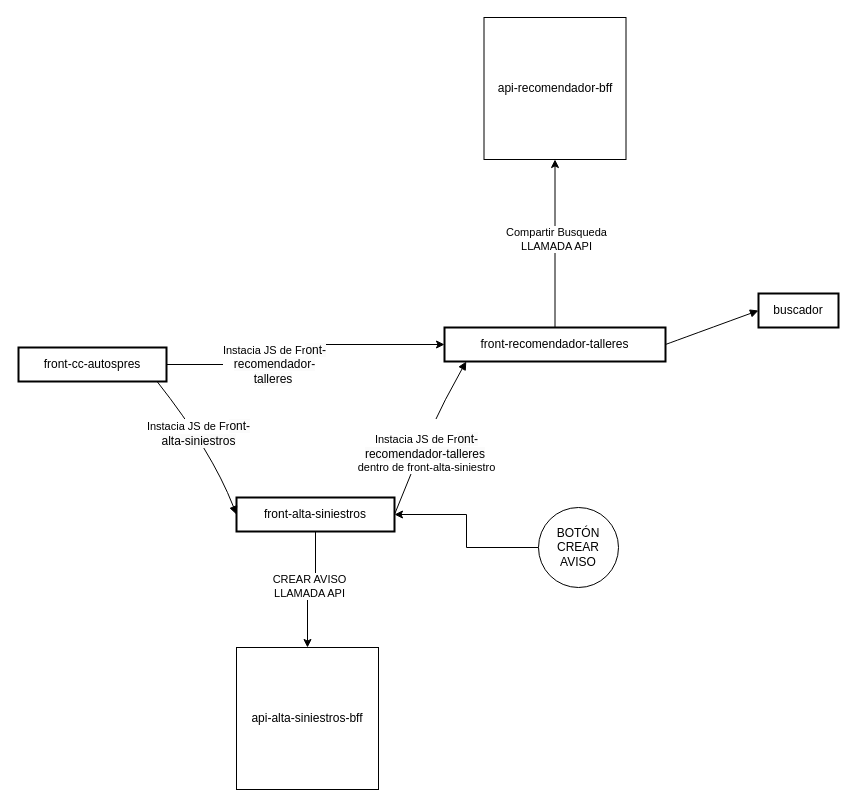
This is alta_siniestro_reco.drawio from gcorroto/docs, a draw.io file, before an edit. Source tidied: cells renumbered, new cells numbered last; positions are measured from the earlier drawing's top-left corner, leaving out a move shared by most shapes. Both pictures are drawn from the tidied source at 100%, with x=0, y=0 at pixel (18, 17).
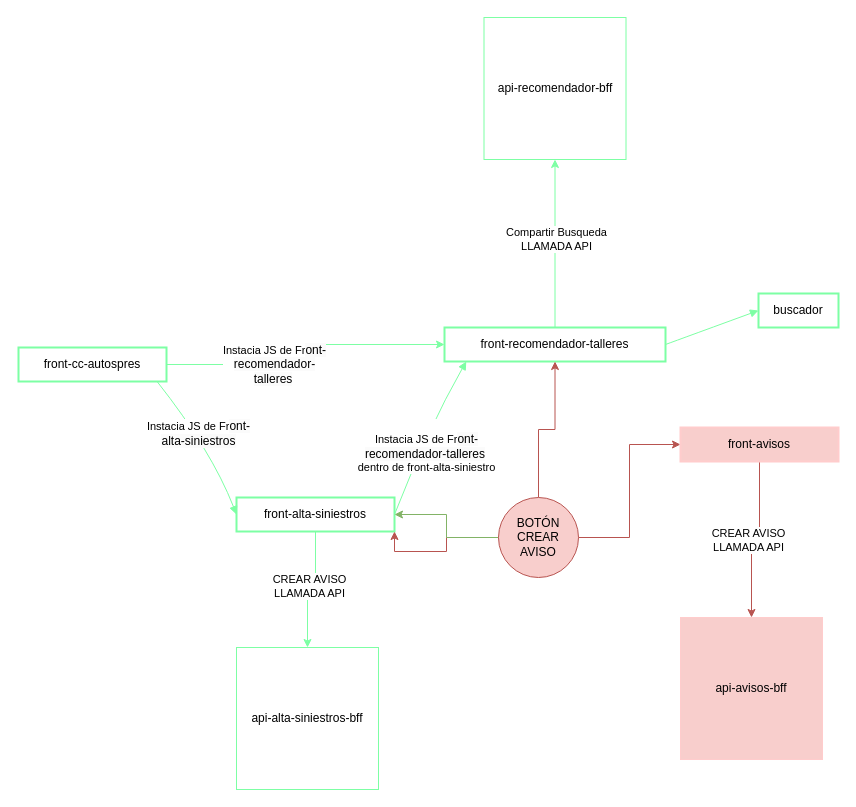
After the change.

Change to the diagram source:
```diff
@@
-    <mxCell id="2" style="edgeStyle=orthogonalEdgeStyle;rounded=0;jettySize=auto;html=1;exitX=1;exitY=0.5;exitDx=0;exitDy=0;entryX=0;entryY=0.5;entryDx=0;entryDy=0;" parent="1" edge="1" source="4" target="10">
+    <mxCell id="2" style="edgeStyle=orthogonalEdgeStyle;rounded=0;jettySize=auto;html=1;exitX=1;exitY=0.5;exitDx=0;exitDy=0;entryX=0;entryY=0.5;entryDx=0;entryDy=0;strokeColor=#7DFFA4;" parent="1" edge="1" source="4" target="10">
       <mxGeometry relative="1" as="geometry" />
     </mxCell>
-    <mxCell id="3" value="Instacia JS de Fr&lt;span style=&quot;font-size: 12px; text-wrap: wrap; background-color: rgb(251, 251, 251);&quot;&gt;ont-recomendador-talleres&lt;/span&gt;&amp;nbsp;" style="edgeLabel;html=1;align=center;verticalAlign=middle;" parent="2" vertex="1">
+    <mxCell id="3" value="Instacia JS de Fr&lt;span style=&quot;font-size: 12px; text-wrap: wrap; background-color: rgb(251, 251, 251);&quot;&gt;ont-recomendador-talleres&lt;/span&gt;&amp;nbsp;" style="edgeLabel;html=1;align=center;verticalAlign=middle;strokeColor=#7DFFA4;" parent="2" vertex="1">
       <mxGeometry x="-0.28" y="1" relative="1" as="geometry" />
     </mxCell>
-    <mxCell id="4" value="front-cc-autospres" style="whiteSpace=wrap;strokeWidth=2;" parent="1" vertex="1">
+    <mxCell id="4" value="front-cc-autospres" style="whiteSpace=wrap;strokeWidth=2;strokeColor=#7DFFA4;" parent="1" vertex="1">
       <mxGeometry y="330" width="148" height="34" as="geometry" />
     </mxCell>
-    <mxCell id="5" style="edgeStyle=orthogonalEdgeStyle;rounded=0;jettySize=auto;html=1;entryX=0.5;entryY=0;entryDx=0;entryDy=0;" parent="1" edge="1" source="7" target="19">
+    <mxCell id="5" style="edgeStyle=orthogonalEdgeStyle;rounded=0;jettySize=auto;html=1;entryX=0.5;entryY=0;entryDx=0;entryDy=0;strokeColor=#7DFFA4;" parent="1" edge="1" source="7" target="19">
       <mxGeometry relative="1" as="geometry" />
     </mxCell>
-    <mxCell id="6" value="CREAR AVISO&lt;div&gt;LLAMADA API&lt;/div&gt;" style="edgeLabel;html=1;align=center;verticalAlign=middle;" parent="5" vertex="1">
+    <mxCell id="6" value="CREAR AVISO&lt;div&gt;LLAMADA API&lt;/div&gt;" style="edgeLabel;html=1;align=center;verticalAlign=middle;strokeColor=#7DFFA4;" parent="5" vertex="1">
       <mxGeometry x="0.05" y="-4" relative="1" as="geometry" />
     </mxCell>
-    <mxCell id="7" value="front-alta-siniestros" style="whiteSpace=wrap;strokeWidth=2;" parent="1" vertex="1">
+    <mxCell id="7" value="front-alta-siniestros" style="whiteSpace=wrap;strokeWidth=2;strokeColor=#7DFFA4;" parent="1" vertex="1">
       <mxGeometry x="218" y="480" width="158" height="34" as="geometry" />
     </mxCell>
-    <mxCell id="8" style="edgeStyle=orthogonalEdgeStyle;rounded=0;jettySize=auto;html=1;entryX=0.5;entryY=1;entryDx=0;entryDy=0;" parent="1" edge="1" source="10" target="20">
+    <mxCell id="8" style="edgeStyle=orthogonalEdgeStyle;rounded=0;jettySize=auto;html=1;entryX=0.5;entryY=1;entryDx=0;entryDy=0;strokeColor=#7DFFA4;" parent="1" edge="1" source="10" target="20">
       <mxGeometry relative="1" as="geometry" />
     </mxCell>
-    <mxCell id="9" value="Compartir Busqueda&lt;div&gt;LLAMADA API&lt;/div&gt;" style="edgeLabel;html=1;align=center;verticalAlign=middle;" parent="8" vertex="1">
+    <mxCell id="9" value="Compartir Busqueda&lt;div&gt;LLAMADA API&lt;/div&gt;" style="edgeLabel;html=1;align=center;verticalAlign=middle;strokeColor=#7DFFA4;" parent="8" vertex="1">
       <mxGeometry x="0.06" relative="1" as="geometry">
         <mxPoint x="1" as="offset" />
       </mxGeometry>
     </mxCell>
-    <mxCell id="10" value="front-recomendador-talleres" style="whiteSpace=wrap;strokeWidth=2;" parent="1" vertex="1">
+    <mxCell id="10" value="front-recomendador-talleres" style="whiteSpace=wrap;strokeWidth=2;strokeColor=#7DFFA4;" parent="1" vertex="1">
       <mxGeometry x="426" y="310" width="221" height="34" as="geometry" />
     </mxCell>
-    <mxCell id="11" value="buscador" style="whiteSpace=wrap;strokeWidth=2;" parent="1" vertex="1">
+    <mxCell id="11" value="buscador" style="whiteSpace=wrap;strokeWidth=2;strokeColor=#7DFFA4;" parent="1" vertex="1">
       <mxGeometry x="740" y="276" width="80" height="34" as="geometry" />
     </mxCell>
-    <mxCell id="12" style="curved=1;startArrow=none;endArrow=block;exitX=0.9363224402286903;exitY=1;entryX=-0.0011867088607594937;entryY=0.5;" parent="1" edge="1" source="4" target="7">
+    <mxCell id="12" style="curved=1;startArrow=none;endArrow=block;exitX=0.9363224402286903;exitY=1;entryX=-0.0011867088607594937;entryY=0.5;strokeColor=#7DFFA4;" parent="1" edge="1" source="4" target="7">
       <mxGeometry relative="1" as="geometry">
         <Array as="points">
           <mxPoint x="193" y="433" />
         </Array>
       </mxGeometry>
     </mxCell>
-    <mxCell id="13" value="Instacia JS de Fr&lt;span style=&quot;font-size: 12px; text-wrap: wrap; background-color: rgb(251, 251, 251);&quot;&gt;ont-alta-siniestros&lt;/span&gt;" style="edgeLabel;html=1;align=center;verticalAlign=middle;" parent="12" vertex="1">
+    <mxCell id="13" value="Instacia JS de Fr&lt;span style=&quot;font-size: 12px; text-wrap: wrap; background-color: rgb(251, 251, 251);&quot;&gt;ont-alta-siniestros&lt;/span&gt;" style="edgeLabel;html=1;align=center;verticalAlign=middle;strokeColor=#7DFFA4;" parent="12" vertex="1">
       <mxGeometry x="-0.16" relative="1" as="geometry" />
     </mxCell>
-    <mxCell id="14" style="curved=1;startArrow=none;endArrow=block;exitX=0.9996044303797469;exitY=0.5;entryX=0.09856041159067173;entryY=1;" parent="1" edge="1" source="7" target="10">
+    <mxCell id="14" style="curved=1;startArrow=none;endArrow=block;exitX=0.9996044303797469;exitY=0.5;entryX=0.09856041159067173;entryY=1;strokeColor=#7DFFA4;" parent="1" edge="1" source="7" target="10">
       <mxGeometry relative="1" as="geometry">
         <Array as="points">
           <mxPoint x="410" y="410" />
         </Array>
       </mxGeometry>
     </mxCell>
-    <mxCell id="15" value="&lt;br&gt;&lt;span style=&quot;color: rgb(0, 0, 0); font-family: Helvetica; font-size: 11px; font-style: normal; font-variant-ligatures: normal; font-variant-caps: normal; font-weight: 400; letter-spacing: normal; orphans: 2; text-align: center; text-indent: 0px; text-transform: none; widows: 2; word-spacing: 0px; -webkit-text-stroke-width: 0px; white-space: nowrap; background-color: rgb(255, 255, 255); text-decoration-thickness: initial; text-decoration-style: initial; text-decoration-color: initial; display: inline !important; float: none;&quot;&gt;Instacia JS de Fr&lt;/span&gt;&lt;span style=&quot;forced-color-adjust: none; color: rgb(0, 0, 0); font-family: Helvetica; font-style: normal; font-variant-ligatures: normal; font-variant-caps: normal; font-weight: 400; letter-spacing: normal; orphans: 2; text-align: center; text-indent: 0px; text-transform: none; widows: 2; word-spacing: 0px; -webkit-text-stroke-width: 0px; white-space: normal; text-decoration-thickness: initial; text-decoration-style: initial; text-decoration-color: initial; font-size: 12px; background-color: rgb(251, 251, 251);&quot;&gt;ont-recomendador-talleres&lt;/span&gt;&lt;span style=&quot;color: rgb(0, 0, 0); font-family: Helvetica; font-size: 11px; font-style: normal; font-variant-ligatures: normal; font-variant-caps: normal; font-weight: 400; letter-spacing: normal; orphans: 2; text-align: center; text-indent: 0px; text-transform: none; widows: 2; word-spacing: 0px; -webkit-text-stroke-width: 0px; white-space: nowrap; background-color: rgb(255, 255, 255); text-decoration-thickness: initial; text-decoration-style: initial; text-decoration-color: initial; display: inline !important; float: none;&quot;&gt;&amp;nbsp;&lt;/span&gt;&lt;br&gt;dentro de front-alta-siniestro" style="edgeLabel;html=1;align=center;verticalAlign=middle;" parent="14" vertex="1">
+    <mxCell id="15" value="&lt;br&gt;&lt;span style=&quot;color: rgb(0, 0, 0); font-family: Helvetica; font-size: 11px; font-style: normal; font-variant-ligatures: normal; font-variant-caps: normal; font-weight: 400; letter-spacing: normal; orphans: 2; text-align: center; text-indent: 0px; text-transform: none; widows: 2; word-spacing: 0px; -webkit-text-stroke-width: 0px; white-space: nowrap; background-color: rgb(255, 255, 255); text-decoration-thickness: initial; text-decoration-style: initial; text-decoration-color: initial; display: inline !important; float: none;&quot;&gt;Instacia JS de Fr&lt;/span&gt;&lt;span style=&quot;forced-color-adjust: none; color: rgb(0, 0, 0); font-family: Helvetica; font-style: normal; font-variant-ligatures: normal; font-variant-caps: normal; font-weight: 400; letter-spacing: normal; orphans: 2; text-align: center; text-indent: 0px; text-transform: none; widows: 2; word-spacing: 0px; -webkit-text-stroke-width: 0px; white-space: normal; text-decoration-thickness: initial; text-decoration-style: initial; text-decoration-color: initial; font-size: 12px; background-color: rgb(251, 251, 251);&quot;&gt;ont-recomendador-talleres&lt;/span&gt;&lt;span style=&quot;color: rgb(0, 0, 0); font-family: Helvetica; font-size: 11px; font-style: normal; font-variant-ligatures: normal; font-variant-caps: normal; font-weight: 400; letter-spacing: normal; orphans: 2; text-align: center; text-indent: 0px; text-transform: none; widows: 2; word-spacing: 0px; -webkit-text-stroke-width: 0px; white-space: nowrap; background-color: rgb(255, 255, 255); text-decoration-thickness: initial; text-decoration-style: initial; text-decoration-color: initial; display: inline !important; float: none;&quot;&gt;&amp;nbsp;&lt;/span&gt;&lt;br&gt;dentro de front-alta-siniestro" style="edgeLabel;html=1;align=center;verticalAlign=middle;strokeColor=#7DFFA4;" parent="14" vertex="1">
       <mxGeometry x="-0.12" y="-4" relative="1" as="geometry" />
     </mxCell>
-    <mxCell id="16" style="curved=1;startArrow=none;endArrow=block;exitX=0.9981617647058824;exitY=0.5;entryX=-0.005078125;entryY=0.5;" parent="1" edge="1" source="10" target="11">
+    <mxCell id="16" style="curved=1;startArrow=none;endArrow=block;exitX=0.9981617647058824;exitY=0.5;entryX=-0.005078125;entryY=0.5;strokeColor=#7DFFA4;" parent="1" edge="1" source="10" target="11">
       <mxGeometry relative="1" as="geometry" />
     </mxCell>
-    <mxCell id="17" style="edgeStyle=orthogonalEdgeStyle;rounded=0;jettySize=auto;html=1;entryX=1;entryY=0.5;entryDx=0;entryDy=0;" parent="1" edge="1" source="18" target="7">
-      <mxGeometry relative="1" as="geometry" />
-    </mxCell>
+    <mxCell id="21" style="edgeStyle=orthogonalEdgeStyle;rounded=0;jettySize=auto;html=1;entryX=0;entryY=0.5;entryDx=0;entryDy=0;fillColor=#f8cecc;strokeColor=#b85450;" parent="1" edge="1" source="18" target="27">
+      <mxGeometry relative="1" as="geometry" />
+    </mxCell>
+    <mxCell id="22" style="edgeStyle=orthogonalEdgeStyle;rounded=0;jettySize=auto;html=1;entryX=0.5;entryY=1;entryDx=0;entryDy=0;fillColor=#f8cecc;strokeColor=#b85450;" parent="1" edge="1" source="18" target="10">
+      <mxGeometry relative="1" as="geometry" />
+    </mxCell>
+    <mxCell id="23" style="edgeStyle=orthogonalEdgeStyle;rounded=0;jettySize=auto;html=1;entryX=1;entryY=1;entryDx=0;entryDy=0;fillColor=#f8cecc;strokeColor=#b85450;" parent="1" edge="1" source="18" target="7">
+      <mxGeometry relative="1" as="geometry" />
+    </mxCell>
+    <mxCell id="24" style="edgeStyle=orthogonalEdgeStyle;rounded=0;jettySize=auto;html=1;entryX=1;entryY=0.5;entryDx=0;entryDy=0;fillColor=#d5e8d4;strokeColor=#82b366;" parent="1" edge="1" source="18" target="7">
+      <mxGeometry relative="1" as="geometry" />
+    </mxCell>
-    <mxCell id="18" value="BOTÓN&lt;div&gt;CREAR AVISO&lt;/div&gt;" style="ellipse;whiteSpace=wrap;html=1;" parent="1" vertex="1">
-      <mxGeometry x="520" y="490" width="80" height="80" as="geometry" />
+    <mxCell id="18" value="BOTÓN&lt;div&gt;CREAR AVISO&lt;/div&gt;" style="ellipse;whiteSpace=wrap;html=1;strokeColor=#b85450;fillColor=#f8cecc;" parent="1" vertex="1">
+      <mxGeometry x="480" y="480" width="80" height="80" as="geometry" />
     </mxCell>
-    <mxCell id="19" value="api-alta-siniestros-bff" style="whiteSpace=wrap;html=1;" parent="1" vertex="1">
+    <mxCell id="19" value="api-alta-siniestros-bff" style="whiteSpace=wrap;html=1;strokeColor=#7DFFA4;" parent="1" vertex="1">
       <mxGeometry x="218" y="630" width="142" height="142" as="geometry" />
     </mxCell>
-    <mxCell id="20" value="api-recomendador&lt;span style=&quot;background-color: initial;&quot;&gt;-bff&lt;/span&gt;" style="whiteSpace=wrap;html=1;" parent="1" vertex="1">
+    <mxCell id="20" value="api-recomendador&lt;span style=&quot;background-color: initial;&quot;&gt;-bff&lt;/span&gt;" style="whiteSpace=wrap;html=1;strokeColor=#7DFFA4;" parent="1" vertex="1">
       <mxGeometry x="465.5" width="142" height="142" as="geometry" />
     </mxCell>
+    <mxCell id="25" style="edgeStyle=orthogonalEdgeStyle;rounded=0;jettySize=auto;html=1;entryX=0.5;entryY=0;entryDx=0;entryDy=0;strokeColor=#b85450;fillColor=#f8cecc;" parent="1" edge="1" source="27" target="28">
+      <mxGeometry relative="1" as="geometry" />
+    </mxCell>
+    <mxCell id="26" value="CREAR AVISO&lt;div&gt;LLAMADA API&lt;/div&gt;" style="edgeLabel;html=1;align=center;verticalAlign=middle;strokeColor=#7DFFA4;" parent="25" vertex="1">
+      <mxGeometry x="0.05" y="-4" relative="1" as="geometry" />
+    </mxCell>
+    <mxCell id="27" value="front-avisos" style="whiteSpace=wrap;strokeWidth=2;strokeColor=#FFCCCC;fillColor=#f8cecc;" parent="1" vertex="1">
+      <mxGeometry x="662" y="410" width="158" height="34" as="geometry" />
+    </mxCell>
+    <mxCell id="28" value="api-avisos&lt;span style=&quot;background-color: initial;&quot;&gt;-bff&lt;/span&gt;" style="whiteSpace=wrap;html=1;strokeColor=#FFCCCC;fillColor=#f8cecc;" parent="1" vertex="1">
+      <mxGeometry x="662" y="600" width="142" height="142" as="geometry" />
+    </mxCell>
```
